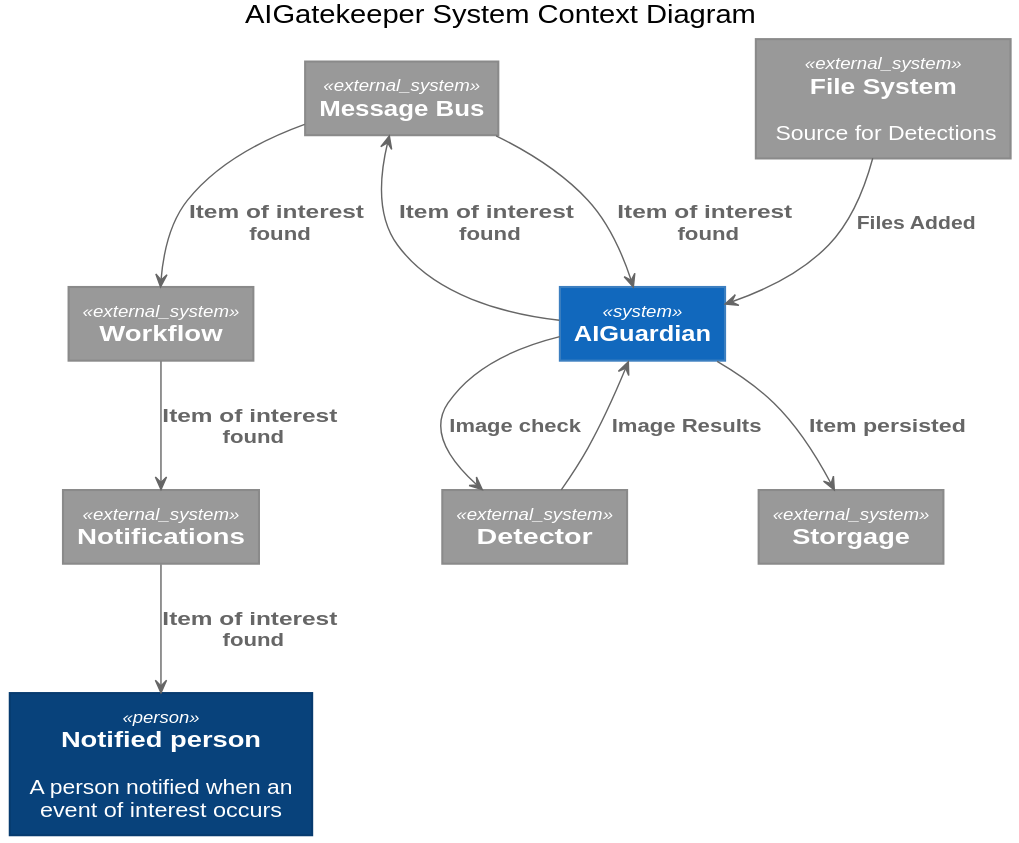
Earlier version of the PlantUML export diagrams/systemcontext.svg (johnhinz/AIGatekeeper). The source it was exported from:
```plantuml
@startuml
!includeurl https://raw.githubusercontent.com/RicardoNiepel/C4-PlantUML/master/C4_Context.puml

title AIGatekeeper System Context Diagram



Person(recipient, "Notified person", "A person notified when an event of interest occurs")

System(guard, "AIGuardian")

System_Ext(filesys, "File System", "Source for Detections")
System_Ext(bus, "Message Bus")
System_Ext(notification, "Notifications")
System_Ext(workflow, "Workflow")
System_Ext(persist, "Storgage")
System_Ext(detect, "Detector")

Rel(filesys, guard, "Files Added")

Rel(guard, detect, "Image check")
Rel(detect, guard, "Image Results")

Rel(guard, bus, "Item of interest found")
Rel(bus, guard, "Item of interest found")
Rel(bus, workflow, "Item of interest found")
Rel(guard, persist, "Item persisted")
Rel(workflow, notification, "Item of interest found")
Rel(notification, recipient, "Item of interest found")
@enduml
```
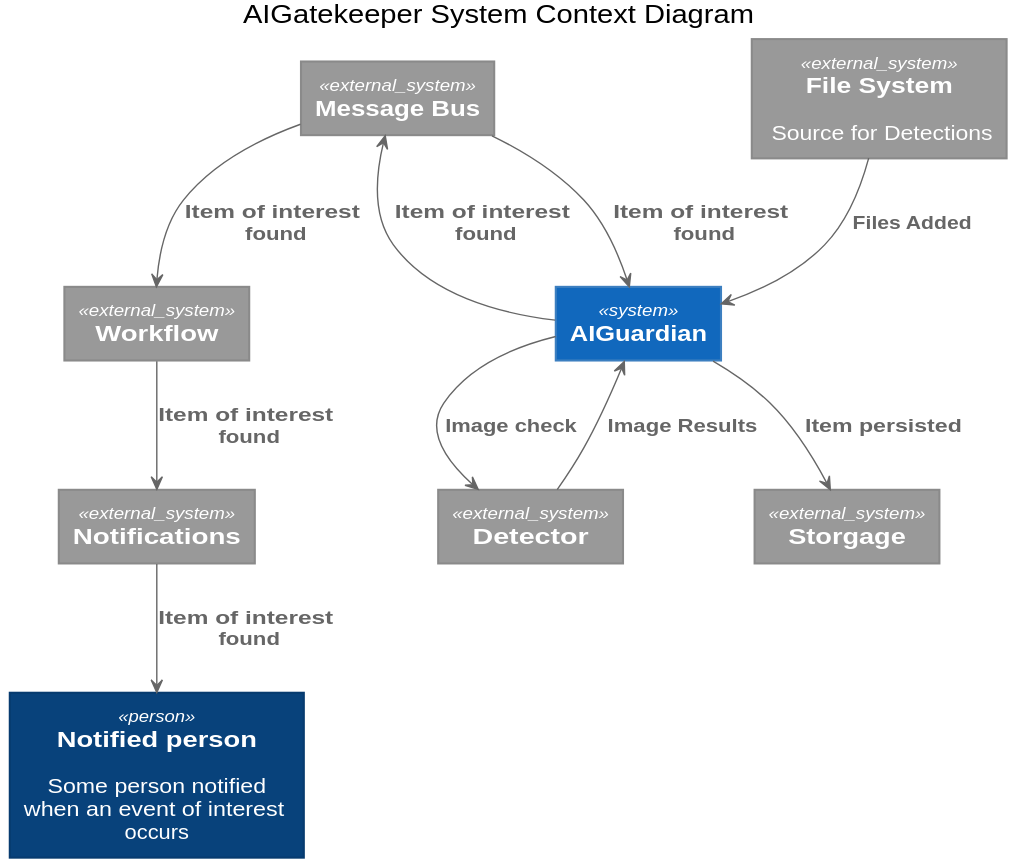
After the commit.

The edit, as a diff of the source:
```diff
@@ -5,7 +5,7 @@
 
 
 
-Person(recipient, "Notified person", "A person notified when an event of interest occurs")
+Person(recipient, "Notified person", "Some person notified when an event of interest occurs")
 
 System(guard, "AIGuardian")
 
```
